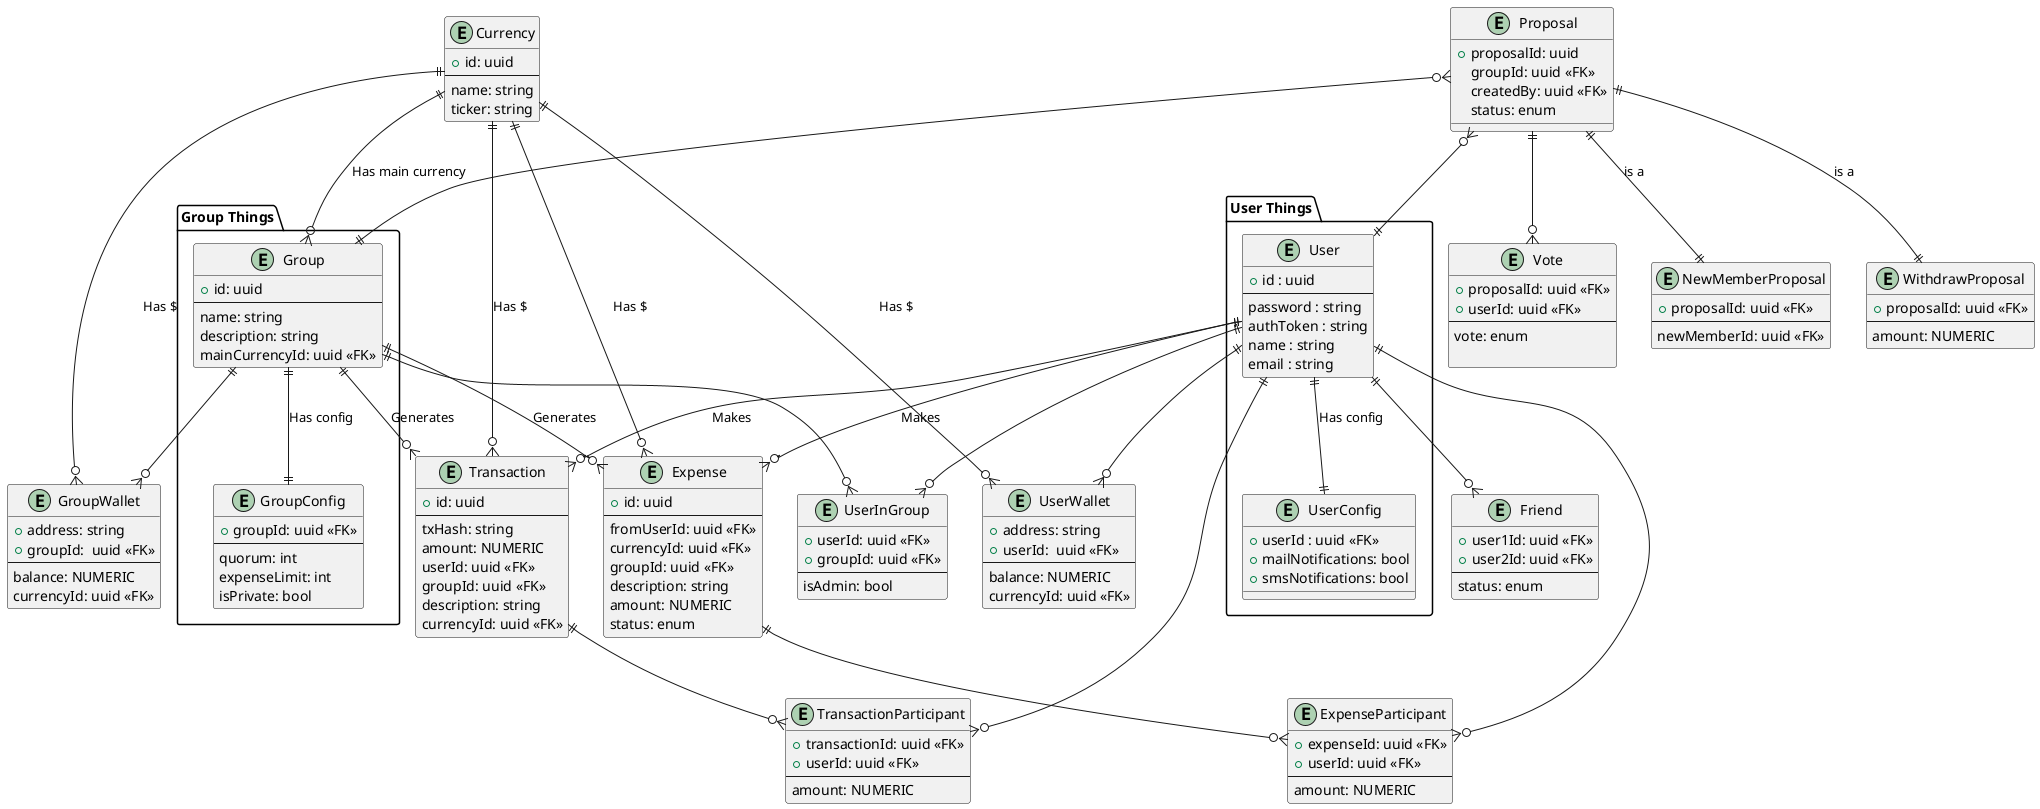
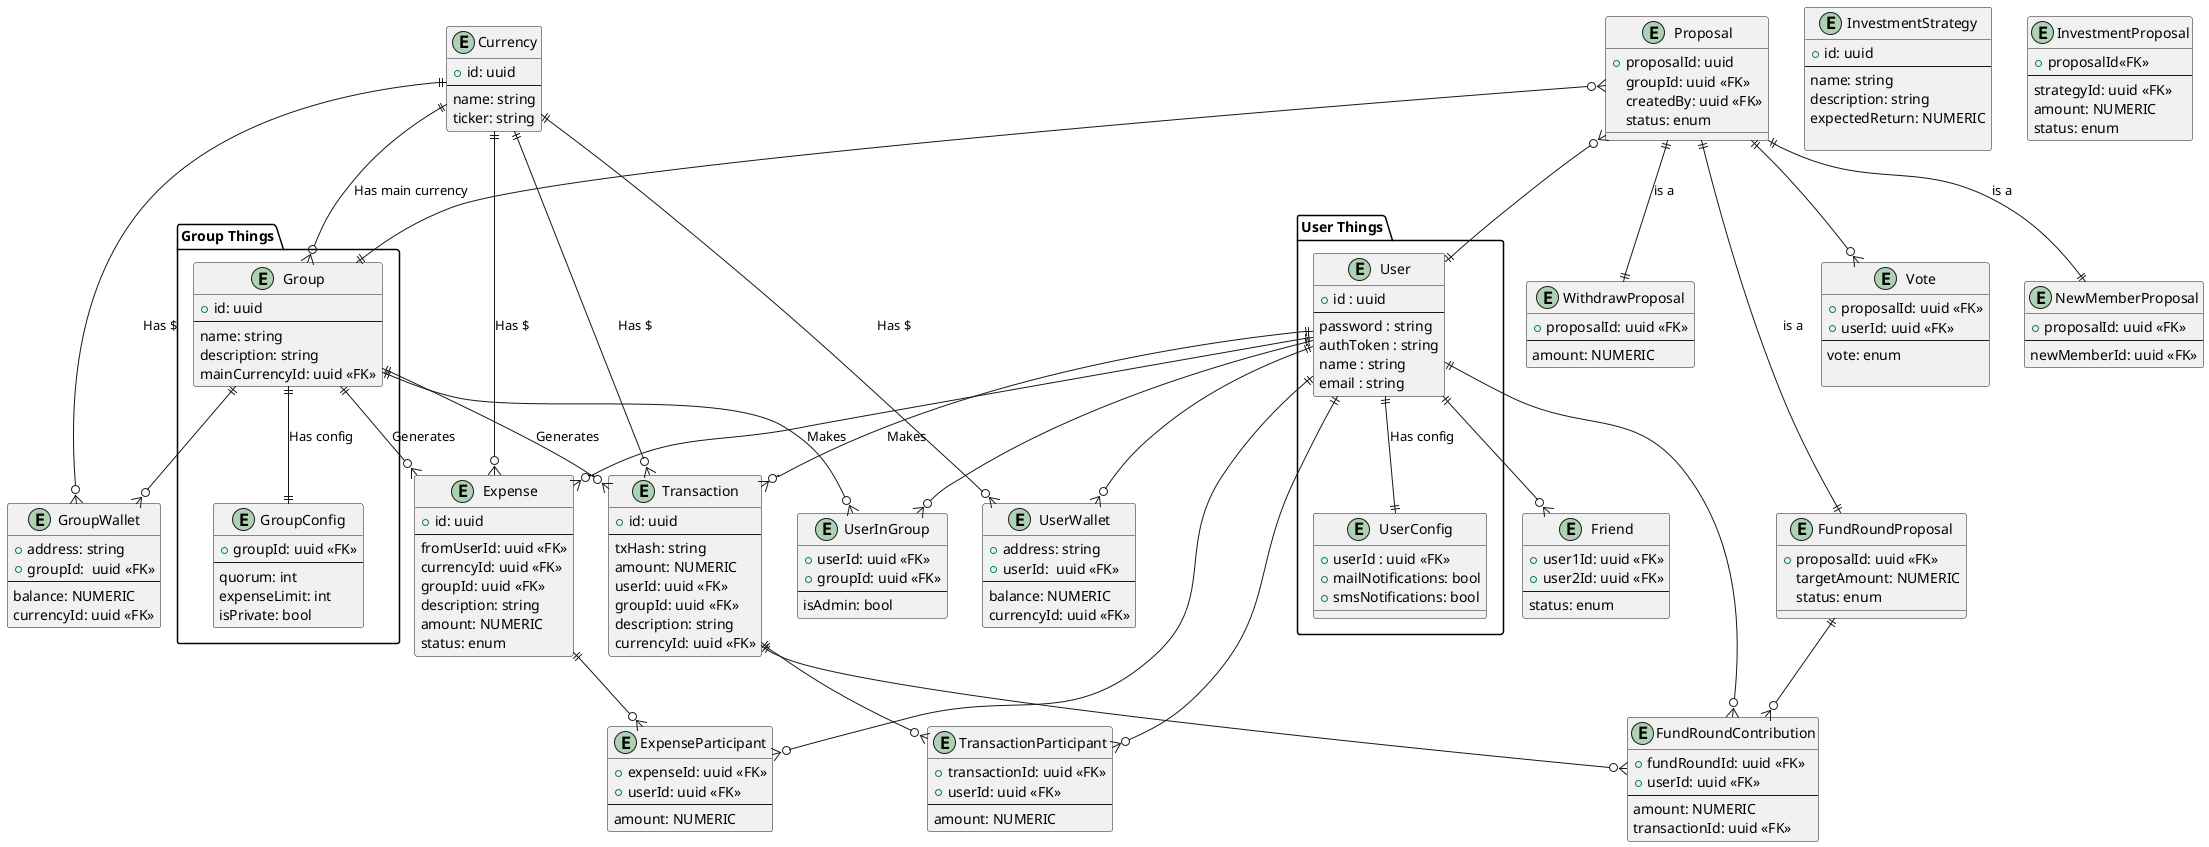
@startuml entity-relationship


package "User Things" {
    entity "User" {
      +id : uuid
      --
      password : string
      authToken : string
      name : string
      email : string
    }

    entity "UserConfig" {
        +userId : uuid <<FK>>
        +mailNotifications: bool
        +smsNotifications: bool
    }
}

package "Group Things"{
    entity "Group" {
    +id: uuid
    ---
    name: string
    description: string
    mainCurrencyId: uuid <<FK>>
    }
    entity "GroupConfig"{
        +groupId: uuid <<FK>>
        ---
        quorum: int
        expenseLimit: int
        isPrivate: bool
    }
}

entity "Friend"{
    +user1Id: uuid <<FK>>
    +user2Id: uuid <<FK>>
    ---
    status: enum
}


entity "UserWallet"{
    +address: string
    +userId:  uuid <<FK>>
    ---
    balance: NUMERIC
    currencyId: uuid <<FK>>
}
entity "GroupWallet"{
    +address: string
    +groupId:  uuid <<FK>>
    ---
    balance: NUMERIC
    currencyId: uuid <<FK>>
}



entity "Transaction" {
    +id: uuid
    ---
    txHash: string
    amount: NUMERIC
' If negative -> withdraw, else -> deposit
    userId: uuid <<FK>>
    groupId: uuid <<FK>>
    description: string
    currencyId: uuid <<FK>>
}

entity "Currency" {
    +id: uuid
    ---
    name: string
    ticker: string
}
entity "UserInGroup"{
    +userId: uuid <<FK>>
    +groupId: uuid <<FK>>
    ---
    isAdmin: bool
}

entity "Expense" {
    +id: uuid
    ---
    fromUserId: uuid <<FK>>
    currencyId: uuid <<FK>>
    groupId: uuid <<FK>>
    description: string
    amount: NUMERIC
    status: enum
}
entity "ExpenseParticipant"{
    +expenseId: uuid <<FK>>
    +userId: uuid <<FK>>
    --
    amount: NUMERIC
}
entity "TransactionParticipant"{
    +transactionId: uuid <<FK>>
    +userId: uuid <<FK>>
    --
    amount: NUMERIC
}
entity "Vote"{
    +proposalId: uuid <<FK>>
    +userId: uuid <<FK>>
    ---
    'REJECT, APPROVE'
    vote: enum

}
+ 
+ 'Una contibucion al fundround es una transaccion positiva al grupo'
+ entity "FundRoundContribution"{
+     +fundRoundId: uuid <<FK>>
+     +userId: uuid <<FK>>
+     ---
+     amount: NUMERIC
+     transactionId: uuid <<FK>>
+ }
+ 
entity "Proposal"{
    +proposalId: uuid
    groupId: uuid <<FK>>
    createdBy: uuid <<FK>>
    status: enum
- 
- 
+ }
+ entity "FundRoundProposal"{
+     +proposalId: uuid <<FK>>
+     targetAmount: NUMERIC
+     status: enum
}
'chequeos de que el que invita sea admin del grupo'
'que el nuevo miembro no sea parte del grupo'
entity "NewMemberProposal"{
    +proposalId: uuid <<FK>>
    ---
    newMemberId: uuid <<FK>>
}

entity "WithdrawProposal"{
    +proposalId: uuid <<FK>>
    ---
    amount: NUMERIC
+ }
+ 
+ entity "InvestmentStrategy"{
+     +id: uuid
+     ---
+     name: string
+     description: string
+     expectedReturn: NUMERIC
+ 
+ }
+ entity "InvestmentProposal"{
+     +proposalId<<FK>>
+     ---
+     strategyId: uuid <<FK>>
+     amount: NUMERIC
+     status: enum
}



User ||--|| UserConfig : Has config
User ||--o{ Expense : Makes

User ||--o{ UserInGroup
Group ||--o{ UserInGroup


Currency ||--o{ Expense: Has $
Group ||--o{ Expense : Generates
Currency ||--o{ Group : Has main currency

Currency ||--o{ UserWallet: Has $
Currency ||--o{ GroupWallet: Has $
User ||--o{ UserWallet
Group ||--o{ GroupWallet


Currency ||--o{ Transaction: Has $
Group ||--o{ Transaction : Generates
User ||--o{ Transaction : Makes

User ||--o{ Friend
Group ||--|| GroupConfig: Has config

- 
+ Proposal ||--|| FundRoundProposal :is a
+ FundRoundProposal ||--o{ FundRoundContribution
+ User ||--o{ FundRoundContribution
+ Transaction ||--o{ FundRoundContribution


Proposal }o--|| User
Proposal }o--|| Group

Expense ||--o{ ExpenseParticipant
User ||--o{ ExpenseParticipant
Transaction ||--o{ TransactionParticipant
User ||--o{ TransactionParticipant

Proposal ||--o{ Vote
Proposal ||--|| WithdrawProposal: is a
Proposal ||--|| NewMemberProposal: is a


@enduml